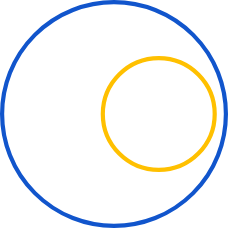
Before: docs/media/mapping-relation-includes.drawio.svg, a diagram exported from draw.io (tdwg/tcs2). Source tidied: cells renumbered, new cells last; positions are measured from the earlier drawing's top-left corner, leaving out a move shared by most shapes. The source it was exported from:
```xml
<mxGraphModel>
  <root>
    <mxCell id="0" />
    <mxCell id="1" parent="0" />
    <mxCell id="2" style="ellipse;whiteSpace=wrap;html=1;fillColor=none;strokeColor=#1155CC;strokeWidth=3;" parent="1" vertex="1">
      <mxGeometry width="160" height="160" as="geometry" />
    </mxCell>
    <mxCell id="3" style="ellipse;whiteSpace=wrap;html=1;fillColor=none;strokeColor=#FFC000;strokeWidth=3;" parent="1" vertex="1">
      <mxGeometry x="72" y="40" width="80" height="80" as="geometry" />
    </mxCell>
  </root>
</mxGraphModel>
```
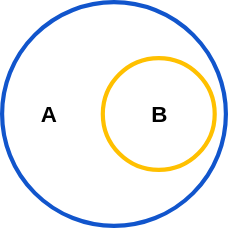
The same diagram one commit later.

The edit, as a diff of the source:
```diff
@@ -8,5 +8,11 @@
     <mxCell id="3" style="ellipse;whiteSpace=wrap;html=1;fillColor=none;strokeColor=#FFC000;strokeWidth=3;" parent="1" vertex="1">
       <mxGeometry x="72" y="40" width="80" height="80" as="geometry" />
     </mxCell>
+    <mxCell id="4" value="A" style="text;html=1;align=center;verticalAlign=middle;whiteSpace=wrap;rounded=0;fontSize=16;fontStyle=1;" parent="1" vertex="1">
+      <mxGeometry x="20" y="65" width="27" height="30" as="geometry" />
+    </mxCell>
+    <mxCell id="5" value="B" style="text;html=1;align=center;verticalAlign=middle;whiteSpace=wrap;rounded=0;fontSize=16;fontStyle=1;" parent="1" vertex="1">
+      <mxGeometry x="98.5" y="65" width="27" height="30" as="geometry" />
+    </mxCell>
   </root>
 </mxGraphModel>
```
